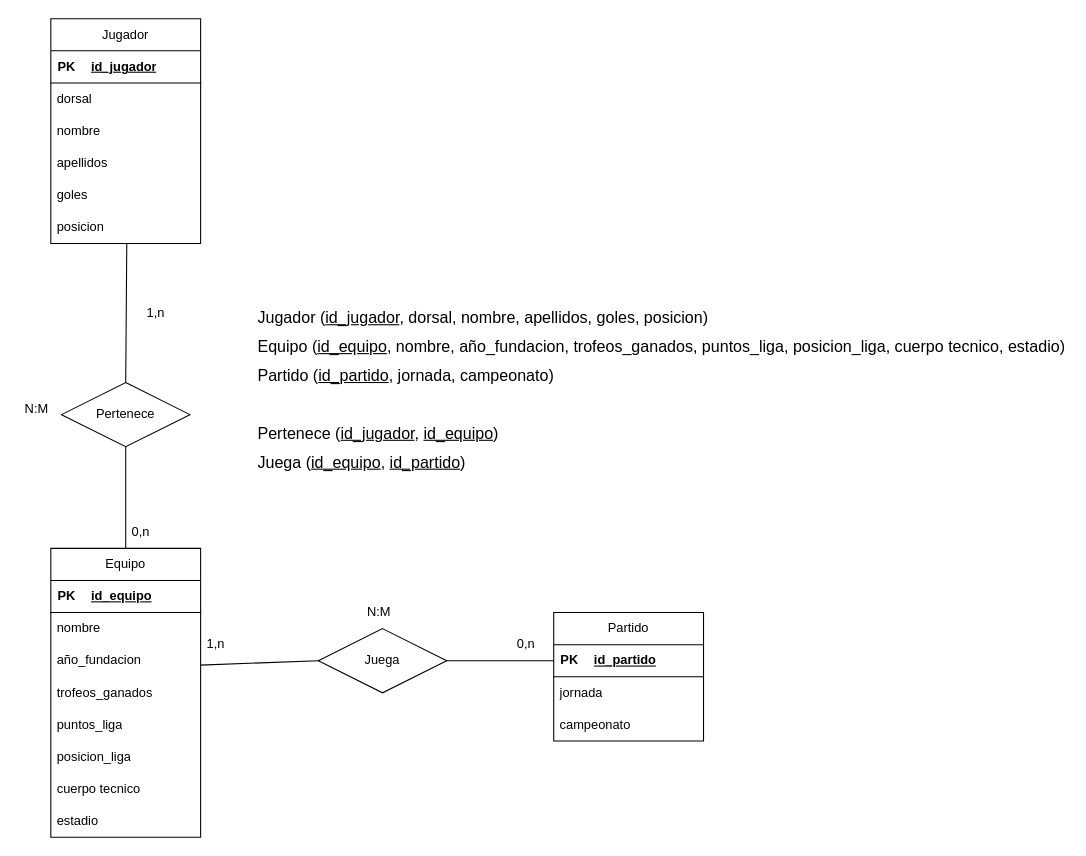
This is Ejercicio10.drawio from Daninuro/diagrames-cvf-dn-mpl-n-11102023, a draw.io file, before an edit. Source tidied: cells renumbered, new cells numbered last; positions are measured from the earlier drawing's top-left corner, leaving out a move shared by most shapes. Both pictures are drawn from the tidied source at 107%, with x=0, y=0 at pixel (18, 18).
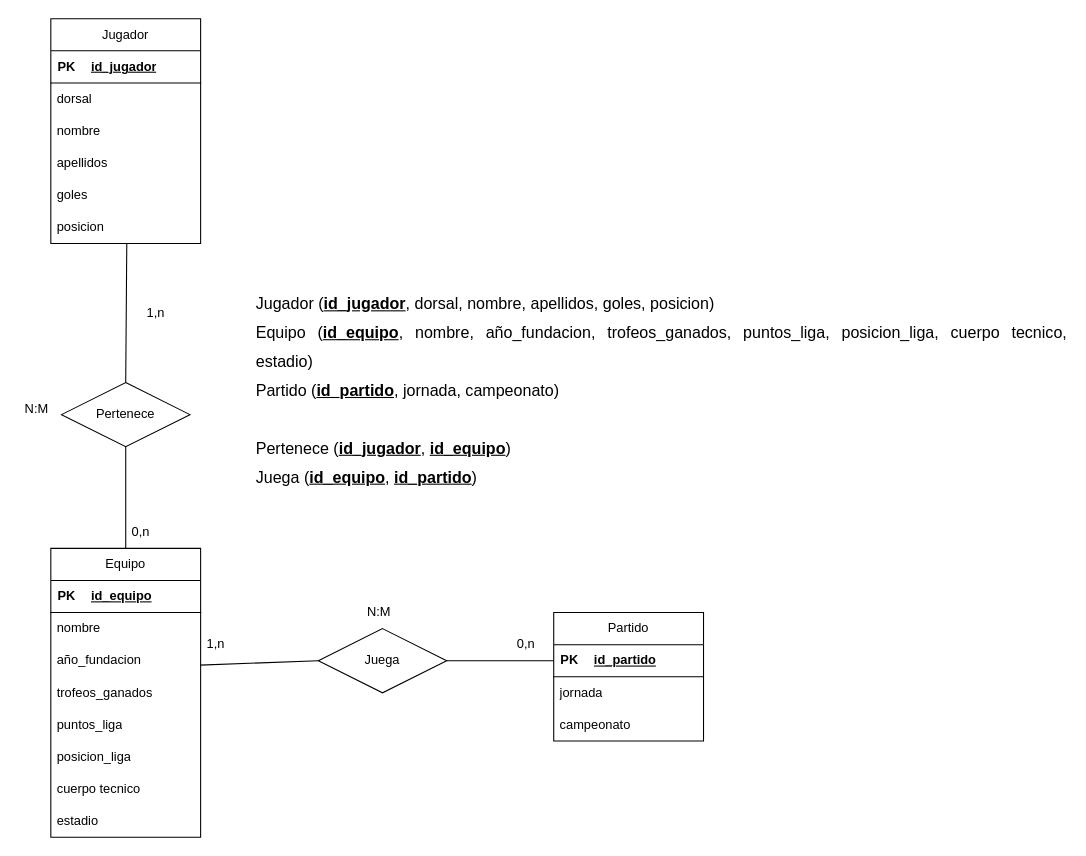
The same page after the edit.

Diff of the diagram source:
```diff
@@
-    <mxCell id="43" value="&lt;p style=&quot;line-height: 170%; font-size: 15px;&quot;&gt;&lt;/p&gt;&lt;div style=&quot;text-align: justify; line-height: 180%; font-size: 15px;&quot;&gt;&lt;span style=&quot;background-color: initial;&quot;&gt;&lt;font style=&quot;font-size: 15px;&quot;&gt;Jugador (&lt;u&gt;id_jugador&lt;/u&gt;, dorsal, nombre, apellidos, goles, posicion)&lt;/font&gt;&lt;/span&gt;&lt;/div&gt;&lt;div style=&quot;text-align: justify; line-height: 180%; font-size: 15px;&quot;&gt;&lt;span style=&quot;background-color: initial;&quot;&gt;&lt;font style=&quot;font-size: 15px;&quot;&gt;Equipo (&lt;u&gt;id_equipo&lt;/u&gt;, nombre, año_fundacion, trofeos_ganados, puntos_liga, posicion_liga, cuerpo tecnico, estadio)&lt;/font&gt;&lt;/span&gt;&lt;/div&gt;&lt;div style=&quot;text-align: justify; line-height: 180%; font-size: 15px;&quot;&gt;&lt;span style=&quot;background-color: initial;&quot;&gt;&lt;font style=&quot;font-size: 15px;&quot;&gt;Partido (&lt;u&gt;id_partido&lt;/u&gt;, jornada, campeonato)&lt;/font&gt;&lt;/span&gt;&lt;/div&gt;&lt;div style=&quot;text-align: justify; line-height: 180%; font-size: 15px;&quot;&gt;&lt;font style=&quot;font-size: 15px;&quot;&gt;&lt;br&gt;&lt;/font&gt;&lt;/div&gt;&lt;div style=&quot;text-align: justify; line-height: 180%; font-size: 15px;&quot;&gt;&lt;span style=&quot;background-color: initial;&quot;&gt;&lt;font style=&quot;font-size: 15px;&quot;&gt;Pertenece (&lt;u&gt;id_jugador&lt;/u&gt;, &lt;u&gt;id_equipo&lt;/u&gt;)&lt;/font&gt;&lt;/span&gt;&lt;/div&gt;&lt;div style=&quot;text-align: justify; line-height: 180%; font-size: 15px;&quot;&gt;&lt;span style=&quot;background-color: initial;&quot;&gt;&lt;font style=&quot;font-size: 15px;&quot;&gt;Juega (&lt;u&gt;id_equipo&lt;/u&gt;, &lt;u&gt;id_partido&lt;/u&gt;)&lt;/font&gt;&lt;/span&gt;&lt;/div&gt;&lt;p&gt;&lt;/p&gt;" style="text;html=1;strokeColor=none;fillColor=none;align=center;verticalAlign=middle;whiteSpace=wrap;rounded=0;" parent="1" vertex="1">
+    <mxCell id="43" value="&lt;p style=&quot;line-height: 170%; font-size: 15px;&quot;&gt;&lt;/p&gt;&lt;div style=&quot;text-align: justify; line-height: 180%; font-size: 15px;&quot;&gt;&lt;span style=&quot;background-color: initial;&quot;&gt;&lt;font style=&quot;font-size: 15px;&quot;&gt;Jugador (&lt;u&gt;&lt;b&gt;id_jugador&lt;/b&gt;&lt;/u&gt;, dorsal, nombre, apellidos, goles, posicion)&lt;/font&gt;&lt;/span&gt;&lt;/div&gt;&lt;div style=&quot;text-align: justify; line-height: 180%; font-size: 15px;&quot;&gt;&lt;span style=&quot;background-color: initial;&quot;&gt;&lt;font style=&quot;font-size: 15px;&quot;&gt;Equipo (&lt;u&gt;&lt;b&gt;id_equipo&lt;/b&gt;&lt;/u&gt;, nombre, año_fundacion, trofeos_ganados, puntos_liga, posicion_liga, cuerpo tecnico, estadio)&lt;/font&gt;&lt;/span&gt;&lt;/div&gt;&lt;div style=&quot;text-align: justify; line-height: 180%; font-size: 15px;&quot;&gt;&lt;span style=&quot;background-color: initial;&quot;&gt;&lt;font style=&quot;font-size: 15px;&quot;&gt;Partido (&lt;u&gt;&lt;b&gt;id_partido&lt;/b&gt;&lt;/u&gt;, jornada, campeonato)&lt;/font&gt;&lt;/span&gt;&lt;/div&gt;&lt;div style=&quot;text-align: justify; line-height: 180%; font-size: 15px;&quot;&gt;&lt;font style=&quot;font-size: 15px;&quot;&gt;&lt;br&gt;&lt;/font&gt;&lt;/div&gt;&lt;div style=&quot;text-align: justify; line-height: 180%; font-size: 15px;&quot;&gt;&lt;span style=&quot;background-color: initial;&quot;&gt;&lt;font style=&quot;font-size: 15px;&quot;&gt;Pertenece (&lt;u&gt;&lt;b&gt;id_jugador&lt;/b&gt;&lt;/u&gt;, &lt;u&gt;&lt;b&gt;id_equipo&lt;/b&gt;&lt;/u&gt;)&lt;/font&gt;&lt;/span&gt;&lt;/div&gt;&lt;div style=&quot;text-align: justify; line-height: 180%; font-size: 15px;&quot;&gt;&lt;span style=&quot;background-color: initial;&quot;&gt;&lt;font style=&quot;font-size: 15px;&quot;&gt;Juega (&lt;u&gt;&lt;b&gt;id_equipo&lt;/b&gt;&lt;/u&gt;, &lt;u&gt;&lt;b&gt;id_partido&lt;/b&gt;&lt;/u&gt;)&lt;/font&gt;&lt;/span&gt;&lt;/div&gt;&lt;p&gt;&lt;/p&gt;" style="text;html=1;strokeColor=none;fillColor=none;align=center;verticalAlign=middle;whiteSpace=wrap;rounded=0;" parent="1" vertex="1">
       <mxGeometry x="221" y="260" width="760" height="170" as="geometry" />
     </mxCell>
```
